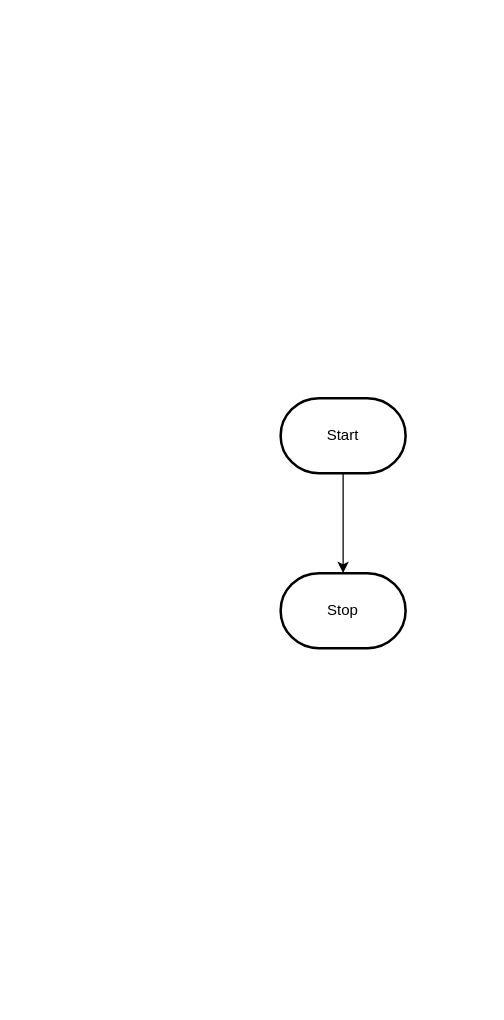
Earlier version of the draw.io diagram design/flowchart.drawio (MTHS-ICD2O-1-2023/ICD2O-Assignment-05-Gabriel-Zanardi). Source tidied: cells renumbered, new cells numbered last; positions are measured from the earlier drawing's top-left corner, leaving out a move shared by most shapes. Both pictures are drawn from the tidied source at 125%, with x=0, y=0 at pixel (280, 398).
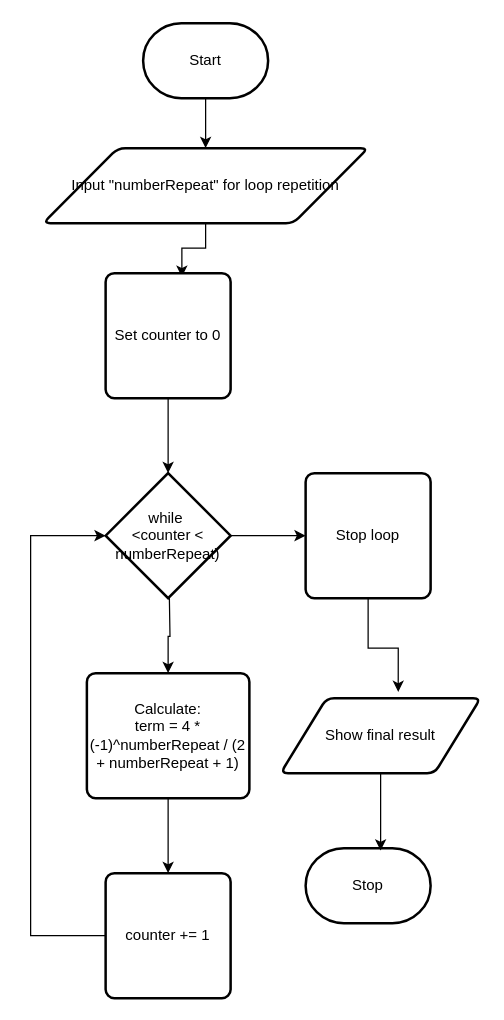
Above is the later version.

Commit message (it also covers changes not shown here):
init flowchart and included a storyboard

Diff of the diagram source:
```diff
@@
-    <mxCell id="2" style="edgeStyle=orthogonalEdgeStyle;html=1;rounded=0;" parent="1" edge="1" source="3" target="4">
-      <mxGeometry relative="1" as="geometry" />
-    </mxCell>
+    <mxCell id="5" style="edgeStyle=orthogonalEdgeStyle;html=1;entryX=0.5;entryY=0;entryDx=0;entryDy=0;rounded=0;" parent="1" edge="1" source="3" target="2">
+      <mxGeometry relative="1" as="geometry" />
+    </mxCell>
     <mxCell id="3" value="Start" style="strokeWidth=2;html=1;shape=mxgraph.flowchart.terminator;whiteSpace=wrap;" parent="1" vertex="1">
-      <mxGeometry width="100" height="60" as="geometry" />
+      <mxGeometry x="-110" y="-300" width="100" height="60" as="geometry" />
     </mxCell>
     <mxCell id="4" value="Stop" style="strokeWidth=2;html=1;shape=mxgraph.flowchart.terminator;whiteSpace=wrap;" parent="1" vertex="1">
-      <mxGeometry y="140" width="100" height="60" as="geometry" />
+      <mxGeometry x="20" y="360" width="100" height="60" as="geometry" />
     </mxCell>
+    <mxCell id="6" style="edgeStyle=orthogonalEdgeStyle;rounded=0;html=1;entryX=0.61;entryY=0.03;entryDx=0;entryDy=0;entryPerimeter=0;" parent="1" edge="1" source="2" target="11">
+      <mxGeometry relative="1" as="geometry" />
+    </mxCell>
+    <mxCell id="2" value="Input &quot;numberRepeat&quot; for loop repetition" style="shape=parallelogram;html=1;strokeWidth=2;perimeter=parallelogramPerimeter;whiteSpace=wrap;rounded=1;arcSize=12;size=0.23;" parent="1" vertex="1">
+      <mxGeometry x="-190" y="-200" width="260" height="60" as="geometry" />
+    </mxCell>
+    <mxCell id="7" style="edgeStyle=orthogonalEdgeStyle;rounded=0;html=1;" parent="1" edge="1" target="13">
+      <mxGeometry relative="1" as="geometry">
+        <mxPoint x="-89" y="160" as="sourcePoint" />
+      </mxGeometry>
+    </mxCell>
+    <mxCell id="8" style="edgeStyle=orthogonalEdgeStyle;rounded=0;html=1;entryX=0;entryY=0.5;entryDx=0;entryDy=0;" parent="1" edge="1" source="9" target="15">
+      <mxGeometry relative="1" as="geometry" />
+    </mxCell>
+    <mxCell id="9" value="while&amp;nbsp;&lt;br&gt;&amp;lt;counter &amp;lt; numberRepeat)" style="strokeWidth=2;html=1;shape=mxgraph.flowchart.decision;whiteSpace=wrap;" parent="1" vertex="1">
+      <mxGeometry x="-140" y="60" width="100" height="100" as="geometry" />
+    </mxCell>
+    <mxCell id="10" style="edgeStyle=orthogonalEdgeStyle;rounded=0;html=1;entryX=0.5;entryY=0;entryDx=0;entryDy=0;entryPerimeter=0;" parent="1" edge="1" source="11" target="9">
+      <mxGeometry relative="1" as="geometry" />
+    </mxCell>
+    <mxCell id="11" value="Set counter to 0" style="rounded=1;whiteSpace=wrap;html=1;absoluteArcSize=1;arcSize=14;strokeWidth=2;" parent="1" vertex="1">
+      <mxGeometry x="-140" y="-100" width="100" height="100" as="geometry" />
+    </mxCell>
+    <mxCell id="12" style="edgeStyle=orthogonalEdgeStyle;rounded=0;html=1;entryX=0.5;entryY=0;entryDx=0;entryDy=0;" parent="1" edge="1" source="13" target="17">
+      <mxGeometry relative="1" as="geometry" />
+    </mxCell>
+    <mxCell id="13" value="Calculate:&lt;br&gt;term = 4 * (-1)^numberRepeat / (2 + numberRepeat + 1)" style="rounded=1;whiteSpace=wrap;html=1;absoluteArcSize=1;arcSize=14;strokeWidth=2;" parent="1" vertex="1">
+      <mxGeometry x="-155" y="220" width="130" height="100" as="geometry" />
+    </mxCell>
+    <mxCell id="14" style="edgeStyle=orthogonalEdgeStyle;rounded=0;html=1;entryX=0.588;entryY=-0.083;entryDx=0;entryDy=0;entryPerimeter=0;" parent="1" edge="1" source="15" target="19">
+      <mxGeometry relative="1" as="geometry" />
+    </mxCell>
+    <mxCell id="15" value="Stop loop" style="rounded=1;whiteSpace=wrap;html=1;absoluteArcSize=1;arcSize=14;strokeWidth=2;" parent="1" vertex="1">
+      <mxGeometry x="20" y="60" width="100" height="100" as="geometry" />
+    </mxCell>
+    <mxCell id="16" style="edgeStyle=orthogonalEdgeStyle;rounded=0;html=1;entryX=0;entryY=0.5;entryDx=0;entryDy=0;entryPerimeter=0;" parent="1" edge="1" source="17" target="9">
+      <mxGeometry relative="1" as="geometry">
+        <Array as="points">
+          <mxPoint x="-200" y="430" />
+          <mxPoint x="-200" y="110" />
+        </Array>
+      </mxGeometry>
+    </mxCell>
+    <mxCell id="17" value="counter += 1" style="rounded=1;whiteSpace=wrap;html=1;absoluteArcSize=1;arcSize=14;strokeWidth=2;" parent="1" vertex="1">
+      <mxGeometry x="-140" y="380" width="100" height="100" as="geometry" />
+    </mxCell>
+    <mxCell id="18" style="edgeStyle=orthogonalEdgeStyle;rounded=0;html=1;entryX=0.6;entryY=0.033;entryDx=0;entryDy=0;entryPerimeter=0;" parent="1" edge="1" source="19" target="4">
+      <mxGeometry relative="1" as="geometry" />
+    </mxCell>
+    <mxCell id="19" value="Show final result" style="shape=parallelogram;html=1;strokeWidth=2;perimeter=parallelogramPerimeter;whiteSpace=wrap;rounded=1;arcSize=12;size=0.23;" parent="1" vertex="1">
+      <mxGeometry y="240" width="160" height="60" as="geometry" />
+    </mxCell>
```
